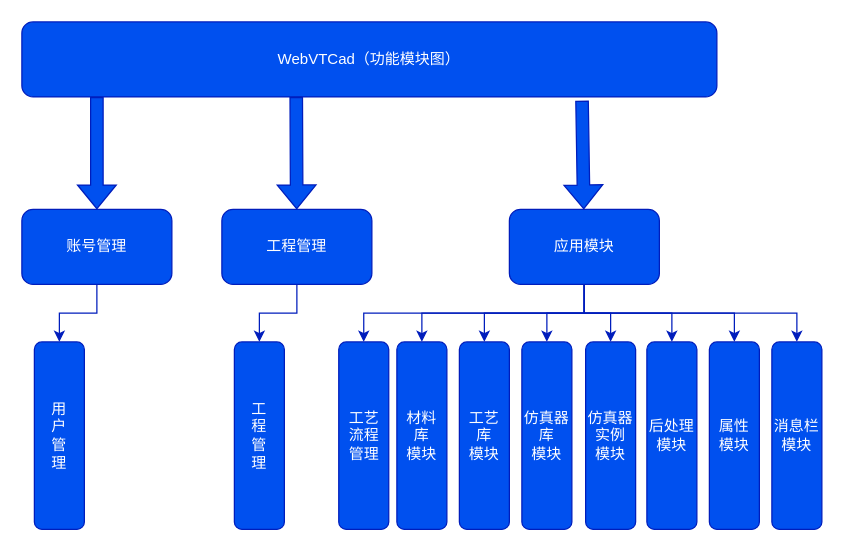
Before: doc/webVTCad.drawio in yezhen701/VTCAD, a draw.io diagram. Source tidied: cells renumbered, new cells numbered last; positions are measured from the earlier drawing's top-left corner, leaving out a move shared by most shapes. Both pictures are drawn from the tidied source at 125%, with x=0, y=0 at pixel (21, 21).
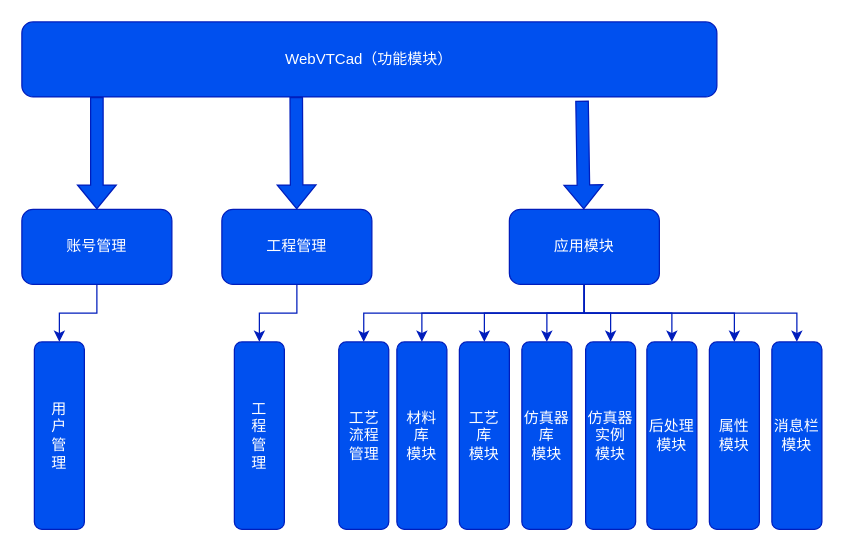
The same page after the edit.

What changed in the source:
```diff
@@
-    <mxCell id="2" value="WebVTCad（功能模块图）" style="rounded=1;whiteSpace=wrap;html=1;fillColor=#0050ef;fontColor=#ffffff;strokeColor=#001DBC;" parent="1" vertex="1">
+    <mxCell id="2" value="WebVTCad（功能模块）" style="rounded=1;whiteSpace=wrap;html=1;fillColor=#0050ef;fontColor=#ffffff;strokeColor=#001DBC;" parent="1" vertex="1">
       <mxGeometry width="556" height="60" as="geometry" />
     </mxCell>
```
